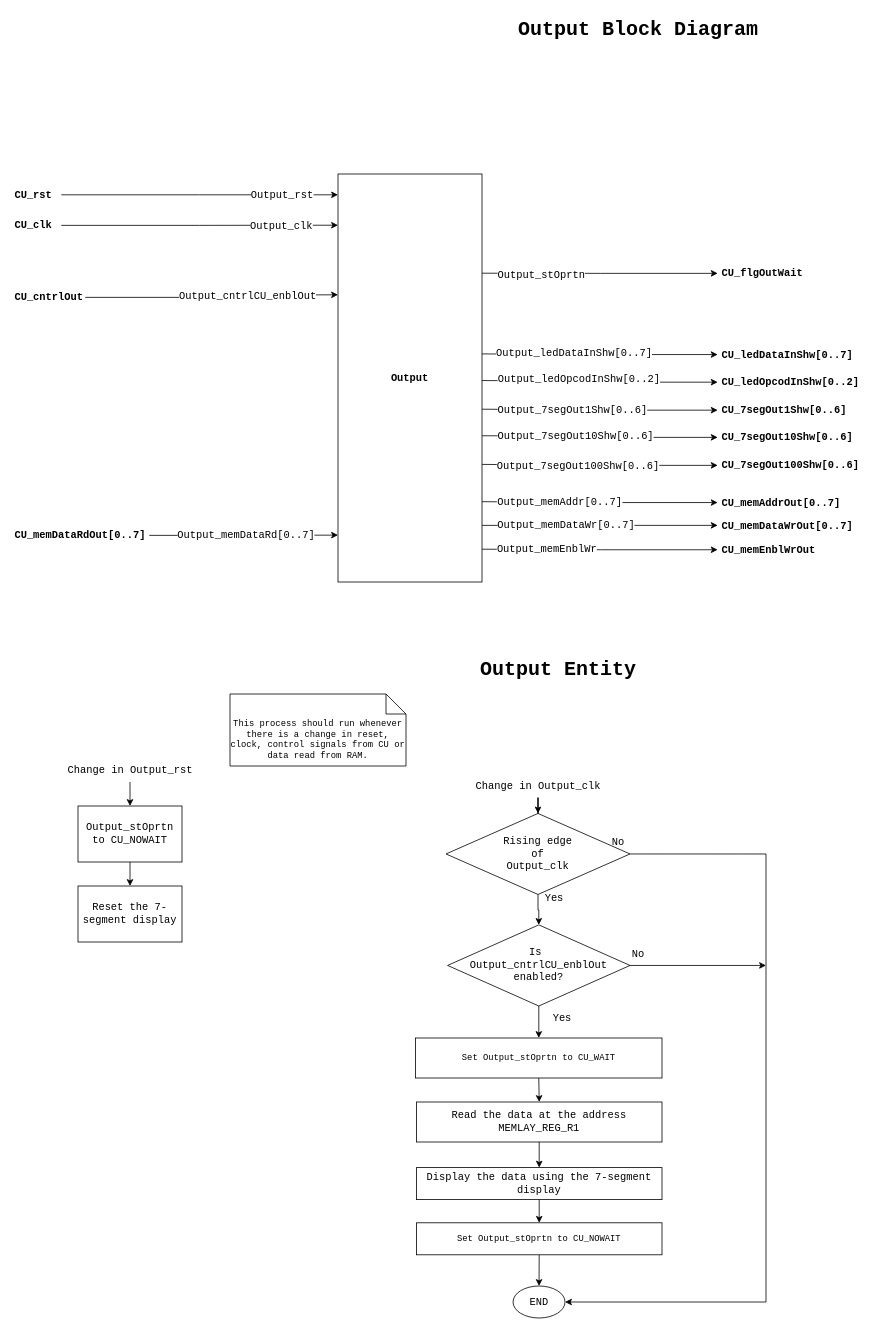
Above: page "Output_BD" (6 of 9) of 05_CPU_v1/CPU_Design.drawio in Vichu95/Basic_CPU_FPGA (draw.io), before the change. Source tidied: cells renumbered, new cells numbered last; positions are measured from the earlier drawing's top-left corner, leaving out a move shared by most shapes. Both pictures are drawn from the tidied source at 80%, with x=0, y=0 at pixel (13, 14).
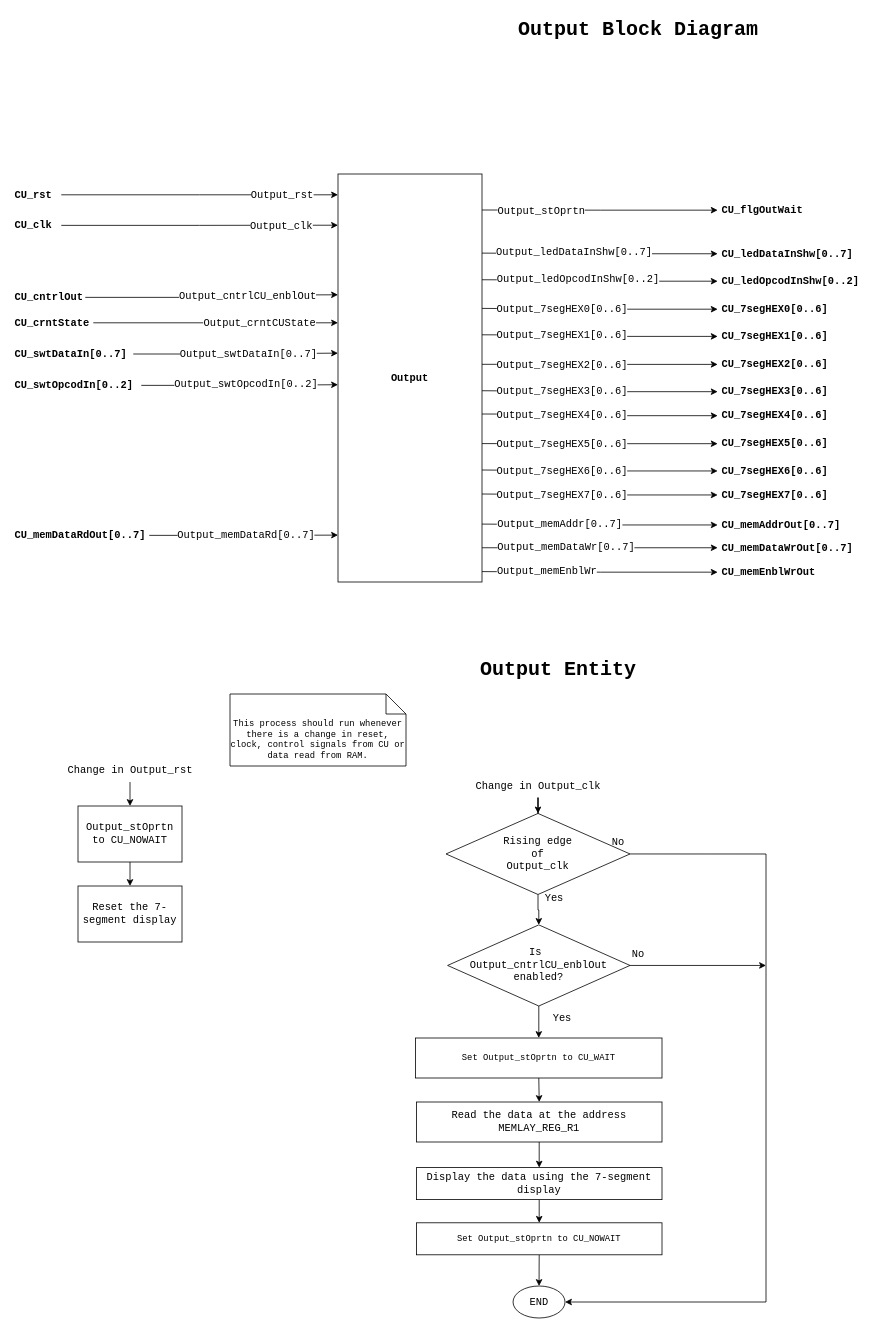
After the change.

Diff of the diagram source:
```diff
@@
     <mxCell id="7" style="edgeStyle=orthogonalEdgeStyle;rounded=0;jettySize=auto;html=1;entryX=1.014;entryY=0.439;entryDx=0;entryDy=0;entryPerimeter=0;fontFamily=Courier New;fontSize=13;fontColor=#000000;startArrow=classic;startFill=1;endArrow=none;endFill=0;" parent="1" edge="1" source="9">
       <mxGeometry relative="1" as="geometry">
-        <mxPoint x="586" y="424.9" as="targetPoint" />
+        <mxPoint x="586" y="298.9" as="targetPoint" />
       </mxGeometry>
     </mxCell>
@@
     <mxCell id="9" value="CU_ledDataInShw[0..7]" style="text;html=1;align=left;verticalAlign=middle;points=[];strokeColor=none;fillColor=none;fontStyle=1;labelBackgroundColor=none;fontColor=#000000;fontSize=13;fontFamily=Courier New;spacingLeft=3;" parent="1" vertex="1">
-      <mxGeometry x="880.6" y="410.7" width="190" height="30" as="geometry" />
+      <mxGeometry x="880.6" y="284.7" width="190" height="30" as="geometry" />
     </mxCell>
     <mxCell id="10" style="edgeStyle=orthogonalEdgeStyle;rounded=0;jettySize=auto;html=1;fontFamily=Courier New;fontSize=13;fontColor=#000000;startArrow=classic;startFill=1;endArrow=none;endFill=0;entryX=1.006;entryY=0.492;entryDx=0;entryDy=0;entryPerimeter=0;" parent="1" edge="1" source="12">
       <mxGeometry relative="1" as="geometry">
-        <mxPoint x="586" y="458.2" as="targetPoint" />
+        <mxPoint x="586" y="332.2" as="targetPoint" />
       </mxGeometry>
     </mxCell>
@@
     <mxCell id="12" value="CU_ledOpcodInShw[0..2]" style="text;html=1;align=left;verticalAlign=middle;points=[];strokeColor=none;fillColor=none;fontStyle=1;labelBackgroundColor=none;fontColor=#000000;fontSize=13;fontFamily=Courier New;spacingLeft=3;" parent="1" vertex="1">
-      <mxGeometry x="880.6" y="445.2" width="200" height="30" as="geometry" />
+      <mxGeometry x="880.6" y="319" width="200" height="30" as="geometry" />
     </mxCell>
     <mxCell id="13" style="edgeStyle=orthogonalEdgeStyle;rounded=0;jettySize=auto;html=1;entryX=1.01;entryY=0.549;entryDx=0;entryDy=0;entryPerimeter=0;fontFamily=Courier New;fontSize=13;fontColor=#000000;startArrow=classic;startFill=1;endArrow=none;endFill=0;" parent="1" edge="1" source="15">
       <mxGeometry relative="1" as="geometry">
-        <mxPoint x="586" y="494" as="targetPoint" />
+        <mxPoint x="586" y="368" as="targetPoint" />
       </mxGeometry>
     </mxCell>
-    <mxCell id="14" value="Output_7segOut1Shw[0..6]" style="edgeLabel;html=1;align=center;verticalAlign=middle;fontSize=13;fontFamily=Courier New;fontColor=#000000;" parent="13" vertex="1">
+    <mxCell id="14" value="Output_7segHEX0[0..6]" style="edgeLabel;html=1;align=center;verticalAlign=middle;fontSize=13;fontFamily=Courier New;fontColor=#000000;" parent="13" vertex="1">
       <mxGeometry x="0.75" y="-1" relative="1" as="geometry">
-        <mxPoint x="75" y="1" as="offset" />
+        <mxPoint x="62" y="1" as="offset" />
       </mxGeometry>
     </mxCell>
-    <mxCell id="15" value="CU_7segOut1Shw[0..6]" style="text;html=1;align=left;verticalAlign=middle;points=[];strokeColor=none;fillColor=none;fontStyle=1;labelBackgroundColor=none;fontColor=#000000;fontSize=13;fontFamily=Courier New;spacingLeft=3;" parent="1" vertex="1">
-      <mxGeometry x="880.6" y="480.2" width="180" height="30" as="geometry" />
+    <mxCell id="15" value="CU_7segHEX0[0..6]" style="text;html=1;align=left;verticalAlign=middle;points=[];strokeColor=none;fillColor=none;fontStyle=1;labelBackgroundColor=none;fontColor=#000000;fontSize=13;fontFamily=Courier New;spacingLeft=3;" parent="1" vertex="1">
+      <mxGeometry x="880.6" y="354" width="160" height="30" as="geometry" />
     </mxCell>
@@
-    <mxCell id="19" style="edgeStyle=orthogonalEdgeStyle;rounded=0;jettySize=auto;html=1;entryX=1.01;entryY=0.602;entryDx=0;entryDy=0;entryPerimeter=0;fontFamily=Courier New;fontSize=13;fontColor=#000000;startArrow=classic;startFill=1;endArrow=none;endFill=0;" parent="1" edge="1" source="21">
-      <mxGeometry relative="1" as="geometry">
-        <mxPoint x="586" y="527.2" as="targetPoint" />
-      </mxGeometry>
-    </mxCell>
-    <mxCell id="20" value="Output_7segOut10Shw[0..6]" style="edgeLabel;html=1;align=center;verticalAlign=middle;fontSize=13;fontFamily=Courier New;fontColor=#000000;" parent="19" vertex="1">
-      <mxGeometry x="0.31" y="4" relative="1" as="geometry">
-        <mxPoint x="14" y="-4" as="offset" />
-      </mxGeometry>
-    </mxCell>
-    <mxCell id="21" value="CU_7segOut10Shw[0..6]" style="text;html=1;align=left;verticalAlign=middle;points=[];strokeColor=none;fillColor=none;fontStyle=1;labelBackgroundColor=none;fontColor=#000000;fontSize=13;fontFamily=Courier New;spacingLeft=3;" parent="1" vertex="1">
-      <mxGeometry x="880.6" y="514.2" width="190" height="30" as="geometry" />
-    </mxCell>
-    <mxCell id="22" style="edgeStyle=orthogonalEdgeStyle;rounded=0;jettySize=auto;html=1;entryX=1.006;entryY=0.659;entryDx=0;entryDy=0;entryPerimeter=0;fontFamily=Courier New;fontSize=13;fontColor=#000000;startArrow=classic;startFill=1;endArrow=none;endFill=0;" parent="1" edge="1" source="24">
-      <mxGeometry relative="1" as="geometry">
-        <mxPoint x="586" y="563" as="targetPoint" />
-      </mxGeometry>
-    </mxCell>
-    <mxCell id="23" value="Output_7segOut100Shw[0..6]" style="edgeLabel;html=1;align=center;verticalAlign=middle;fontSize=13;fontFamily=Courier New;fontColor=#000000;" parent="22" vertex="1">
-      <mxGeometry x="0.62" y="-2" relative="1" as="geometry">
-        <mxPoint x="63" y="3" as="offset" />
-      </mxGeometry>
-    </mxCell>
-    <mxCell id="24" value="CU_7segOut100Shw[0..6]" style="text;html=1;align=left;verticalAlign=middle;points=[];strokeColor=none;fillColor=none;fontStyle=1;labelBackgroundColor=none;fontColor=#000000;fontSize=13;fontFamily=Courier New;spacingLeft=3;" parent="1" vertex="1">
-      <mxGeometry x="880.6" y="549.2" width="200" height="30" as="geometry" />
-    </mxCell>
@@
     <mxCell id="28" style="edgeStyle=orthogonalEdgeStyle;rounded=0;jettySize=auto;html=1;fontFamily=Courier New;fontSize=13;fontColor=#000000;startArrow=classic;startFill=1;endArrow=none;endFill=0;" parent="1" edge="1" source="30">
       <mxGeometry relative="1" as="geometry">
-        <mxPoint x="586" y="324" as="targetPoint" />
+        <mxPoint x="586" y="245" as="targetPoint" />
       </mxGeometry>
     </mxCell>
@@
     <mxCell id="30" value="CU_flgOutWait" style="text;html=1;align=left;verticalAlign=middle;points=[];strokeColor=none;fillColor=none;fontStyle=1;labelBackgroundColor=none;fontColor=#000000;fontSize=13;fontFamily=Courier New;spacingLeft=3;" parent="1" vertex="1">
-      <mxGeometry x="880.6" y="309.2" width="130" height="30" as="geometry" />
+      <mxGeometry x="880.6" y="230.2" width="130" height="30" as="geometry" />
     </mxCell>
     <mxCell id="31" style="edgeStyle=orthogonalEdgeStyle;rounded=0;jettySize=auto;html=1;entryX=1.008;entryY=0.175;entryDx=0;entryDy=0;entryPerimeter=0;fontFamily=Courier New;fontSize=13;fontColor=#000000;startArrow=classic;startFill=1;endArrow=none;endFill=0;" parent="1" edge="1" source="33">
       <mxGeometry relative="1" as="geometry">
-        <mxPoint x="586" y="609.6" as="targetPoint" />
+        <mxPoint x="586" y="637.6" as="targetPoint" />
       </mxGeometry>
     </mxCell>
@@
     <mxCell id="33" value="CU_memAddrOut[0..7]" style="text;html=1;align=left;verticalAlign=middle;points=[];strokeColor=none;fillColor=none;fontStyle=1;labelBackgroundColor=none;fontColor=#000000;fontSize=13;fontFamily=Courier New;spacingLeft=3;" parent="1" vertex="1">
-      <mxGeometry x="880.6" y="595.7" width="170" height="30" as="geometry" />
+      <mxGeometry x="880.6" y="623.7" width="170" height="30" as="geometry" />
     </mxCell>
     <mxCell id="34" style="edgeStyle=orthogonalEdgeStyle;rounded=0;jettySize=auto;html=1;entryX=1.014;entryY=0.222;entryDx=0;entryDy=0;entryPerimeter=0;fontFamily=Courier New;fontSize=13;fontColor=#000000;startArrow=classic;startFill=1;endArrow=none;endFill=0;" parent="1" edge="1" source="36">
       <mxGeometry relative="1" as="geometry">
-        <mxPoint x="586" y="639.2" as="targetPoint" />
+        <mxPoint x="586" y="667.2" as="targetPoint" />
       </mxGeometry>
     </mxCell>
@@
     <mxCell id="36" value="CU_memDataWrOut[0..7]" style="text;html=1;align=left;verticalAlign=middle;points=[];strokeColor=none;fillColor=none;fontStyle=1;labelBackgroundColor=none;fontColor=#000000;fontSize=13;fontFamily=Courier New;spacingLeft=3;" parent="1" vertex="1">
-      <mxGeometry x="880.6" y="624.7" width="190" height="30" as="geometry" />
+      <mxGeometry x="880.6" y="652.7" width="190" height="30" as="geometry" />
     </mxCell>
     <mxCell id="37" style="edgeStyle=orthogonalEdgeStyle;rounded=0;jettySize=auto;html=1;fontFamily=Courier New;fontSize=13;fontColor=#000000;startArrow=classic;startFill=1;endArrow=none;endFill=0;" parent="1" edge="1" source="39">
       <mxGeometry relative="1" as="geometry">
-        <mxPoint x="586" y="669" as="targetPoint" />
+        <mxPoint x="586" y="697" as="targetPoint" />
       </mxGeometry>
     </mxCell>
@@
     <mxCell id="39" value="CU_memEnblWrOut" style="text;html=1;align=left;verticalAlign=middle;points=[];strokeColor=none;fillColor=none;fontStyle=1;labelBackgroundColor=none;fontColor=#000000;fontSize=13;fontFamily=Courier New;spacingLeft=3;" parent="1" vertex="1">
-      <mxGeometry x="880.6" y="654.7" width="140" height="30" as="geometry" />
+      <mxGeometry x="880.6" y="682.7" width="140" height="30" as="geometry" />
     </mxCell>
@@
+    <mxCell id="71" style="edgeStyle=orthogonalEdgeStyle;rounded=0;jettySize=auto;html=1;fontFamily=Courier New;fontSize=13;fontColor=#000000;startArrow=none;startFill=0;endArrow=classic;endFill=1;" parent="1" edge="1" source="73">
+      <mxGeometry relative="1" as="geometry">
+        <mxPoint x="406" y="386" as="targetPoint" />
+      </mxGeometry>
+    </mxCell>
+    <mxCell id="72" value="Output_crntCUState" style="edgeLabel;html=1;align=center;verticalAlign=middle;fontSize=13;fontFamily=Courier New;fontColor=#000000;" parent="71" vertex="1">
+      <mxGeometry x="0.46" y="2" relative="1" as="geometry">
+        <mxPoint x="-16" y="2" as="offset" />
+      </mxGeometry>
+    </mxCell>
+    <mxCell id="73" value="CU_crntState" style="text;html=1;align=left;verticalAlign=middle;points=[];strokeColor=none;fillColor=none;fontStyle=1;labelBackgroundColor=none;fontColor=#000000;fontSize=13;fontFamily=Courier New;spacing=2;spacingRight=-13;" parent="1" vertex="1">
+      <mxGeometry x="0.1" y="371" width="100" height="30" as="geometry" />
+    </mxCell>
+    <mxCell id="74" style="edgeStyle=orthogonalEdgeStyle;rounded=0;jettySize=auto;html=1;entryX=1.01;entryY=0.549;entryDx=0;entryDy=0;entryPerimeter=0;fontFamily=Courier New;fontSize=13;fontColor=#000000;startArrow=classic;startFill=1;endArrow=none;endFill=0;" parent="1" edge="1" source="76">
+      <mxGeometry relative="1" as="geometry">
+        <mxPoint x="586" y="401" as="targetPoint" />
+      </mxGeometry>
+    </mxCell>
+    <mxCell id="75" value="Output_7segHEX1[0..6]" style="edgeLabel;html=1;align=center;verticalAlign=middle;fontSize=13;fontFamily=Courier New;fontColor=#000000;" parent="74" vertex="1">
+      <mxGeometry x="0.75" y="-1" relative="1" as="geometry">
+        <mxPoint x="62" y="1" as="offset" />
+      </mxGeometry>
+    </mxCell>
+    <mxCell id="76" value="CU_7segHEX1[0..6]" style="text;html=1;align=left;verticalAlign=middle;points=[];strokeColor=none;fillColor=none;fontStyle=1;labelBackgroundColor=none;fontColor=#000000;fontSize=13;fontFamily=Courier New;spacingLeft=3;" parent="1" vertex="1">
+      <mxGeometry x="880.6" y="388" width="160" height="30" as="geometry" />
+    </mxCell>
+    <mxCell id="77" style="edgeStyle=orthogonalEdgeStyle;rounded=0;jettySize=auto;html=1;entryX=1.01;entryY=0.549;entryDx=0;entryDy=0;entryPerimeter=0;fontFamily=Courier New;fontSize=13;fontColor=#000000;startArrow=classic;startFill=1;endArrow=none;endFill=0;" parent="1" edge="1" source="79">
+      <mxGeometry relative="1" as="geometry">
+        <mxPoint x="586" y="437.9" as="targetPoint" />
+      </mxGeometry>
+    </mxCell>
+    <mxCell id="78" value="Output_7segHEX2[0..6]" style="edgeLabel;html=1;align=center;verticalAlign=middle;fontSize=13;fontFamily=Courier New;fontColor=#000000;" parent="77" vertex="1">
+      <mxGeometry x="0.75" y="-1" relative="1" as="geometry">
+        <mxPoint x="62" y="1" as="offset" />
+      </mxGeometry>
+    </mxCell>
+    <mxCell id="79" value="CU_7segHEX2[0..6]" style="text;html=1;align=left;verticalAlign=middle;points=[];strokeColor=none;fillColor=none;fontStyle=1;labelBackgroundColor=none;fontColor=#000000;fontSize=13;fontFamily=Courier New;spacingLeft=3;" parent="1" vertex="1">
+      <mxGeometry x="880.6" y="423" width="160" height="30" as="geometry" />
+    </mxCell>
+    <mxCell id="80" style="edgeStyle=orthogonalEdgeStyle;rounded=0;jettySize=auto;html=1;entryX=1.01;entryY=0.549;entryDx=0;entryDy=0;entryPerimeter=0;fontFamily=Courier New;fontSize=13;fontColor=#000000;startArrow=classic;startFill=1;endArrow=none;endFill=0;" parent="1" edge="1" source="82">
+      <mxGeometry relative="1" as="geometry">
+        <mxPoint x="586" y="470.9" as="targetPoint" />
+      </mxGeometry>
+    </mxCell>
+    <mxCell id="81" value="Output_7segHEX3[0..6]" style="edgeLabel;html=1;align=center;verticalAlign=middle;fontSize=13;fontFamily=Courier New;fontColor=#000000;" parent="80" vertex="1">
+      <mxGeometry x="0.75" y="-1" relative="1" as="geometry">
+        <mxPoint x="62" y="1" as="offset" />
+      </mxGeometry>
+    </mxCell>
+    <mxCell id="82" value="CU_7segHEX3[0..6]" style="text;html=1;align=left;verticalAlign=middle;points=[];strokeColor=none;fillColor=none;fontStyle=1;labelBackgroundColor=none;fontColor=#000000;fontSize=13;fontFamily=Courier New;spacingLeft=3;" parent="1" vertex="1">
+      <mxGeometry x="880.6" y="457.1" width="160" height="30" as="geometry" />
+    </mxCell>
+    <mxCell id="83" style="edgeStyle=orthogonalEdgeStyle;rounded=0;jettySize=auto;html=1;entryX=1.01;entryY=0.549;entryDx=0;entryDy=0;entryPerimeter=0;fontFamily=Courier New;fontSize=13;fontColor=#000000;startArrow=classic;startFill=1;endArrow=none;endFill=0;" parent="1" edge="1" source="85">
+      <mxGeometry relative="1" as="geometry">
+        <mxPoint x="586" y="500" as="targetPoint" />
+      </mxGeometry>
+    </mxCell>
+    <mxCell id="84" value="Output_7segHEX4[0..6]" style="edgeLabel;html=1;align=center;verticalAlign=middle;fontSize=13;fontFamily=Courier New;fontColor=#000000;" parent="83" vertex="1">
+      <mxGeometry x="0.75" y="-1" relative="1" as="geometry">
+        <mxPoint x="62" y="1" as="offset" />
+      </mxGeometry>
+    </mxCell>
+    <mxCell id="85" value="CU_7segHEX4[0..6]" style="text;html=1;align=left;verticalAlign=middle;points=[];strokeColor=none;fillColor=none;fontStyle=1;labelBackgroundColor=none;fontColor=#000000;fontSize=13;fontFamily=Courier New;spacingLeft=3;" parent="1" vertex="1">
+      <mxGeometry x="880.6" y="487.1" width="160" height="30" as="geometry" />
+    </mxCell>
+    <mxCell id="86" style="edgeStyle=orthogonalEdgeStyle;rounded=0;jettySize=auto;html=1;entryX=1.01;entryY=0.549;entryDx=0;entryDy=0;entryPerimeter=0;fontFamily=Courier New;fontSize=13;fontColor=#000000;startArrow=classic;startFill=1;endArrow=none;endFill=0;" parent="1" edge="1" source="88">
+      <mxGeometry relative="1" as="geometry">
+        <mxPoint x="586" y="537" as="targetPoint" />
+      </mxGeometry>
+    </mxCell>
+    <mxCell id="87" value="Output_7segHEX5[0..6]" style="edgeLabel;html=1;align=center;verticalAlign=middle;fontSize=13;fontFamily=Courier New;fontColor=#000000;" parent="86" vertex="1">
+      <mxGeometry x="0.75" y="-1" relative="1" as="geometry">
+        <mxPoint x="62" y="1" as="offset" />
+      </mxGeometry>
+    </mxCell>
+    <mxCell id="88" value="CU_7segHEX5[0..6]" style="text;html=1;align=left;verticalAlign=middle;points=[];strokeColor=none;fillColor=none;fontStyle=1;labelBackgroundColor=none;fontColor=#000000;fontSize=13;fontFamily=Courier New;spacingLeft=3;" parent="1" vertex="1">
+      <mxGeometry x="880.6" y="522.1" width="160" height="30" as="geometry" />
+    </mxCell>
+    <mxCell id="89" style="edgeStyle=orthogonalEdgeStyle;rounded=0;jettySize=auto;html=1;entryX=1.01;entryY=0.549;entryDx=0;entryDy=0;entryPerimeter=0;fontFamily=Courier New;fontSize=13;fontColor=#000000;startArrow=classic;startFill=1;endArrow=none;endFill=0;" parent="1" edge="1" source="91">
+      <mxGeometry relative="1" as="geometry">
+        <mxPoint x="586" y="570" as="targetPoint" />
+      </mxGeometry>
+    </mxCell>
+    <mxCell id="90" value="Output_7segHEX6[0..6]" style="edgeLabel;html=1;align=center;verticalAlign=middle;fontSize=13;fontFamily=Courier New;fontColor=#000000;" parent="89" vertex="1">
+      <mxGeometry x="0.75" y="-1" relative="1" as="geometry">
+        <mxPoint x="62" y="1" as="offset" />
+      </mxGeometry>
+    </mxCell>
+    <mxCell id="91" value="CU_7segHEX6[0..6]" style="text;html=1;align=left;verticalAlign=middle;points=[];strokeColor=none;fillColor=none;fontStyle=1;labelBackgroundColor=none;fontColor=#000000;fontSize=13;fontFamily=Courier New;spacingLeft=3;" parent="1" vertex="1">
+      <mxGeometry x="880.6" y="556.2" width="160" height="30" as="geometry" />
+    </mxCell>
+    <mxCell id="92" style="edgeStyle=orthogonalEdgeStyle;rounded=0;jettySize=auto;html=1;entryX=1.01;entryY=0.549;entryDx=0;entryDy=0;entryPerimeter=0;fontFamily=Courier New;fontSize=13;fontColor=#000000;startArrow=classic;startFill=1;endArrow=none;endFill=0;" parent="1" edge="1" source="94">
+      <mxGeometry relative="1" as="geometry">
+        <mxPoint x="586" y="600" as="targetPoint" />
+      </mxGeometry>
+    </mxCell>
+    <mxCell id="93" value="Output_7segHEX7[0..6]" style="edgeLabel;html=1;align=center;verticalAlign=middle;fontSize=13;fontFamily=Courier New;fontColor=#000000;" parent="92" vertex="1">
+      <mxGeometry x="0.75" y="-1" relative="1" as="geometry">
+        <mxPoint x="62" y="1" as="offset" />
+      </mxGeometry>
+    </mxCell>
+    <mxCell id="94" value="CU_7segHEX7[0..6]" style="text;html=1;align=left;verticalAlign=middle;points=[];strokeColor=none;fillColor=none;fontStyle=1;labelBackgroundColor=none;fontColor=#000000;fontSize=13;fontFamily=Courier New;spacingLeft=3;" parent="1" vertex="1">
+      <mxGeometry x="880.6" y="586.2" width="160" height="30" as="geometry" />
+    </mxCell>
+    <mxCell id="95" style="edgeStyle=orthogonalEdgeStyle;rounded=0;jettySize=auto;html=1;fontFamily=Courier New;fontSize=13;fontColor=#000000;entryX=-0.009;entryY=0.267;entryDx=0;entryDy=0;entryPerimeter=0;" parent="1" edge="1" source="97">
+      <mxGeometry relative="1" as="geometry">
+        <mxPoint x="406" y="423.9" as="targetPoint" />
+      </mxGeometry>
+    </mxCell>
+    <mxCell id="96" value="Output_swtDataIn[0..7]" style="edgeLabel;html=1;align=center;verticalAlign=middle;fontSize=13;fontFamily=Courier New;fontColor=#000000;" parent="95" vertex="1">
+      <mxGeometry x="0.57" y="2" relative="1" as="geometry">
+        <mxPoint x="-57" y="2" as="offset" />
+      </mxGeometry>
+    </mxCell>
+    <mxCell id="97" value="CU_swtDataIn[0..7]" style="text;html=1;align=left;verticalAlign=middle;points=[];strokeColor=none;fillColor=none;fontStyle=1;labelBackgroundColor=none;fontColor=#000000;fontSize=13;fontFamily=Courier New;spacing=2;spacingRight=-13;" parent="1" vertex="1">
+      <mxGeometry x="0.1" y="410" width="150" height="30" as="geometry" />
+    </mxCell>
+    <mxCell id="98" style="edgeStyle=orthogonalEdgeStyle;rounded=0;jettySize=auto;html=1;entryX=0;entryY=0.33;entryDx=0;entryDy=0;entryPerimeter=0;fontFamily=Courier New;fontSize=13;fontColor=#000000;" parent="1" edge="1" source="100">
+      <mxGeometry relative="1" as="geometry">
+        <mxPoint x="406" y="463.4" as="targetPoint" />
+      </mxGeometry>
+    </mxCell>
+    <mxCell id="99" value="Output_swtOpcodIn[0..2]" style="edgeLabel;html=1;align=center;verticalAlign=middle;fontSize=13;fontFamily=Courier New;fontColor=#000000;" parent="98" vertex="1">
+      <mxGeometry x="0.6" y="1" relative="1" as="geometry">
+        <mxPoint x="-66" as="offset" />
+      </mxGeometry>
+    </mxCell>
+    <mxCell id="100" value="CU_swtOpcodIn[0..2]" style="text;html=1;align=left;verticalAlign=middle;points=[];strokeColor=none;fillColor=none;fontStyle=1;labelBackgroundColor=none;fontColor=#000000;fontSize=13;fontFamily=Courier New;spacing=2;spacingRight=-13;" parent="1" vertex="1">
+      <mxGeometry x="0.1" y="449.2" width="160" height="30" as="geometry" />
+    </mxCell>
```
